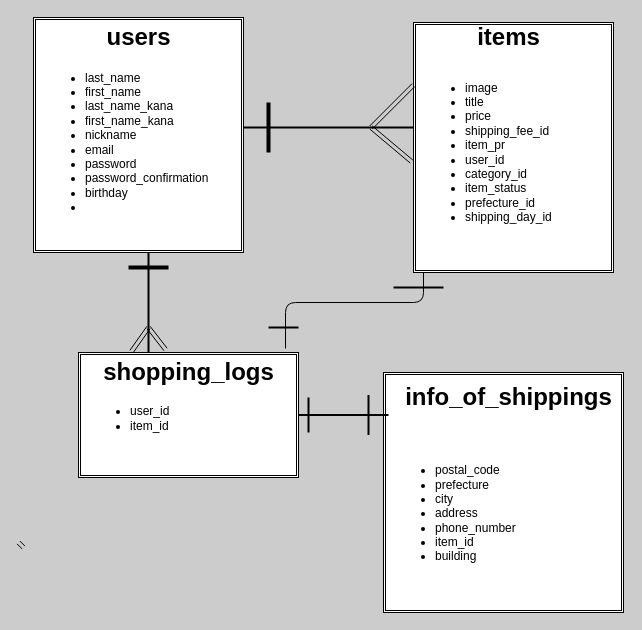
This is config/ER.dio from sekimosan/furima-34870, a draw.io file, before an edit. Source tidied: cells renumbered, new cells numbered last; positions are measured from the earlier drawing's top-left corner, leaving out a move shared by most shapes. Both pictures are drawn from the tidied source at 100%, with x=0, y=0 at pixel (18, 17).
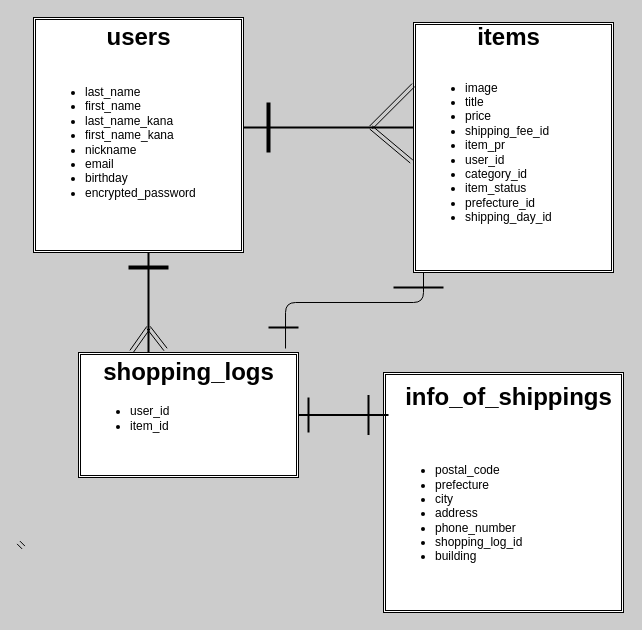
The same diagram, later.

Commit message (it also covers changes not shown here):
データベース設計再度修正

What changed in the source:
```diff
@@
-    <mxCell id="9" value="&lt;ul&gt;&lt;li&gt;last_name&lt;/li&gt;&lt;li&gt;first_name&lt;/li&gt;&lt;li&gt;last_name_kana&lt;/li&gt;&lt;li&gt;first_name_kana&lt;/li&gt;&lt;li&gt;nickname&lt;/li&gt;&lt;li&gt;email&lt;/li&gt;&lt;li&gt;password&lt;/li&gt;&lt;li&gt;password_confirmation&lt;/li&gt;&lt;li&gt;birthday&lt;/li&gt;&lt;li&gt;&lt;br&gt;&lt;/li&gt;&lt;/ul&gt;" style="text;strokeColor=none;fillColor=none;html=1;whiteSpace=wrap;verticalAlign=middle;overflow=hidden;align=left;" parent="1" vertex="1">
+    <mxCell id="9" value="&lt;ul&gt;&lt;li&gt;last_name&lt;/li&gt;&lt;li&gt;first_name&lt;/li&gt;&lt;li&gt;last_name_kana&lt;/li&gt;&lt;li&gt;first_name_kana&lt;/li&gt;&lt;li&gt;nickname&lt;/li&gt;&lt;li&gt;email&lt;/li&gt;&lt;li&gt;birthday&lt;/li&gt;&lt;li&gt;encrypted_password&lt;/li&gt;&lt;/ul&gt;" style="text;strokeColor=none;fillColor=none;html=1;whiteSpace=wrap;verticalAlign=middle;overflow=hidden;align=left;" parent="1" vertex="1">
       <mxGeometry x="25" y="25" width="190" height="200" as="geometry" />
     </mxCell>
@@
-    <mxCell id="13" value="&lt;ul&gt;&lt;li&gt;postal_code&lt;/li&gt;&lt;li&gt;prefecture&lt;/li&gt;&lt;li&gt;city&lt;/li&gt;&lt;li&gt;address&lt;/li&gt;&lt;li&gt;phone_number&lt;/li&gt;&lt;li&gt;item_id&lt;/li&gt;&lt;li&gt;building&lt;/li&gt;&lt;/ul&gt;" style="text;strokeColor=none;fillColor=none;html=1;whiteSpace=wrap;verticalAlign=middle;overflow=hidden;align=left;" parent="1" vertex="1">
+    <mxCell id="13" value="&lt;ul&gt;&lt;li&gt;postal_code&lt;/li&gt;&lt;li&gt;prefecture&lt;/li&gt;&lt;li&gt;city&lt;/li&gt;&lt;li&gt;address&lt;/li&gt;&lt;li&gt;phone_number&lt;/li&gt;&lt;li&gt;shopping_log_id&lt;/li&gt;&lt;li&gt;building&lt;/li&gt;&lt;/ul&gt;" style="text;strokeColor=none;fillColor=none;html=1;whiteSpace=wrap;verticalAlign=middle;overflow=hidden;align=left;" parent="1" vertex="1">
       <mxGeometry x="375" y="397.5" width="150" height="197.5" as="geometry" />
     </mxCell>
```
